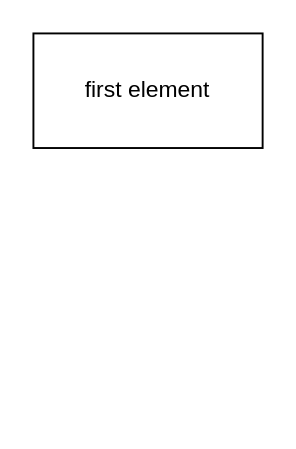
Before: Диаграмма без названия.drawio in Machalkas/testUml, a draw.io diagram. Source tidied: cells renumbered, new cells numbered last; positions are measured from the earlier drawing's top-left corner, leaving out a move shared by most shapes. Both pictures are drawn from the tidied source at 191%, with x=0, y=0 at pixel (32, 32).
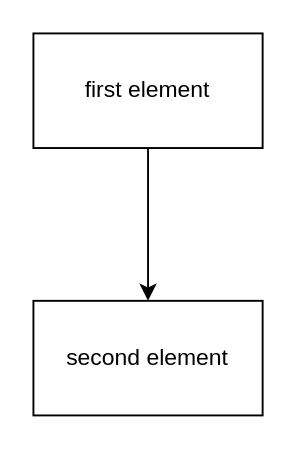
Above is the later version.

Commit message:
добавил второй элемент

What changed in the source:
```diff
@@
 <mxGraphModel>
   <root>
     <mxCell id="0" />
     <mxCell id="1" parent="0" />
+    <mxCell id="3" style="edgeStyle=orthogonalEdgeStyle;rounded=0;jettySize=auto;html=1;" parent="1" edge="1" source="2" target="4">
+      <mxGeometry relative="1" as="geometry" />
+    </mxCell>
     <mxCell id="2" value="first element" style="rounded=0;whiteSpace=wrap;html=1;" parent="1" vertex="1">
       <mxGeometry width="120" height="60" as="geometry" />
     </mxCell>
+    <mxCell id="4" value="second element" style="rounded=0;whiteSpace=wrap;html=1;" parent="1" vertex="1">
+      <mxGeometry y="140" width="120" height="60" as="geometry" />
+    </mxCell>
   </root>
 </mxGraphModel>
```
